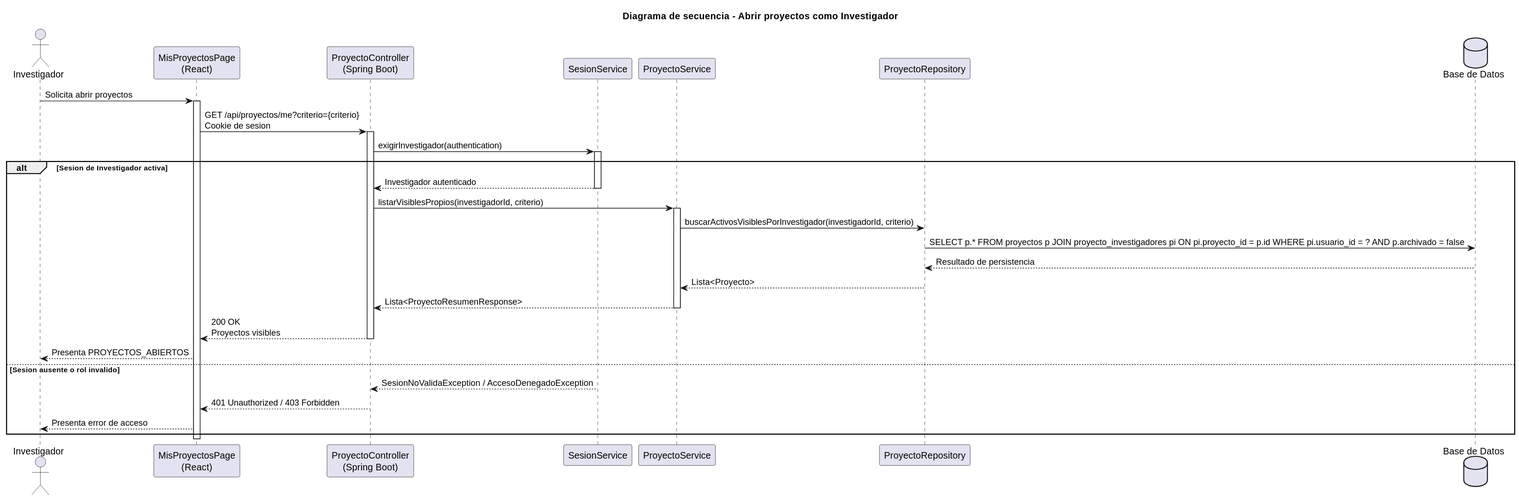
beatriizorozco/25-26-idsw2-sdVC keeps this PlantUML diagram as images/RUP/02-diseño/casos-uso/investigador/abrirProyectos/secuencia.svg. Above is the earlier version.
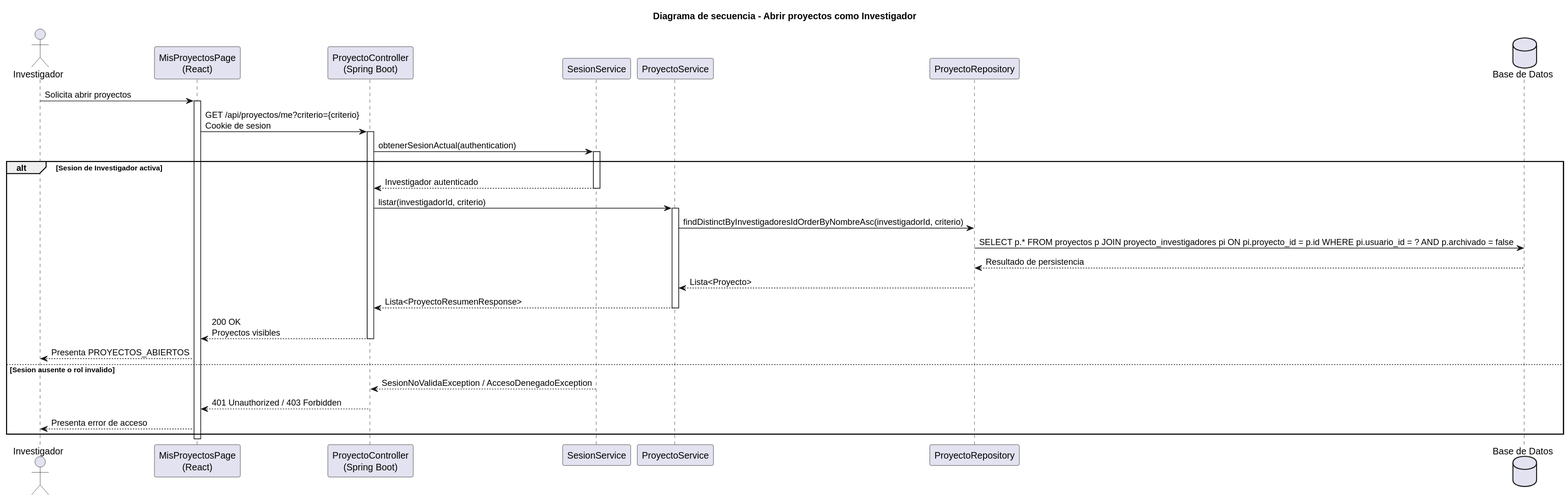
Above is the later version.

Diff of the diagram source:
```diff
@@ -13,14 +13,14 @@
 activate Frontend
 Frontend -> Api: GET /api/proyectos/me?criterio={criterio}\nCookie de sesion
 activate Api
-Api -> Sesion: exigirInvestigador(authentication)
+Api -> Sesion: obtenerSesionActual(authentication)
 activate Sesion
 alt Sesion de Investigador activa
     Sesion --> Api: Investigador autenticado
     deactivate Sesion
-    Api -> Service: listarVisiblesPropios(investigadorId, criterio)
+    Api -> Service: listar(investigadorId, criterio)
     activate Service
-    Service -> Repo: buscarActivosVisiblesPorInvestigador(investigadorId, criterio)
+    Service -> Repo: findDistinctByInvestigadoresIdOrderByNombreAsc(investigadorId, criterio)
     Repo -> DB: SELECT p.* FROM proyectos p JOIN proyecto_investigadores pi ON pi.proyecto_id = p.id WHERE pi.usuario_id = ? AND p.archivado = false
     DB --> Repo: Resultado de persistencia
     Repo --> Service: Lista<Proyecto>
```
